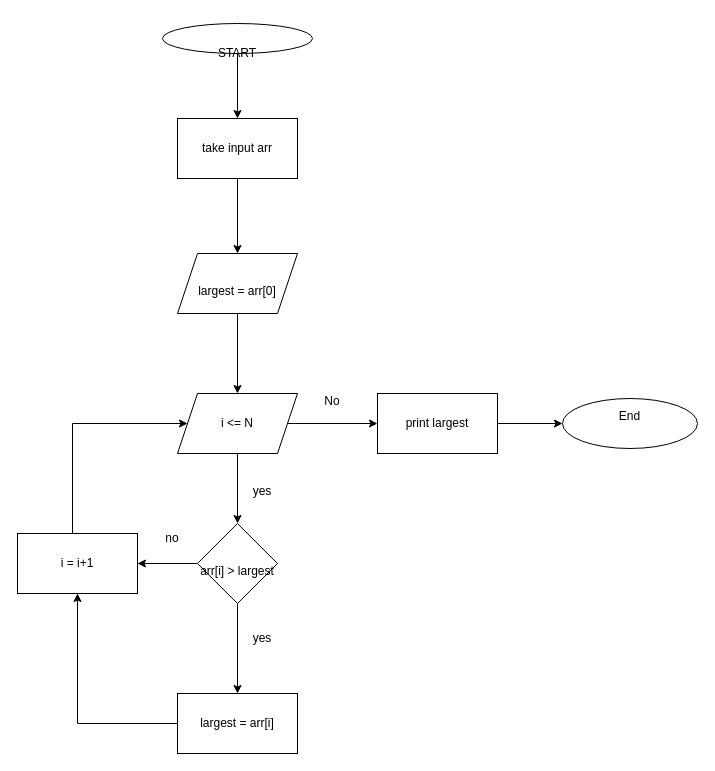
aniketsdev/DSA keeps this draw.io diagram as largest number.drawio. Above is the earlier version. Source tidied: cells renumbered, new cells numbered last; positions are measured from the earlier drawing's top-left corner, leaving out a move shared by most shapes. Both pictures are drawn from the tidied source at 100%, with x=0, y=0 at pixel (17, 23).
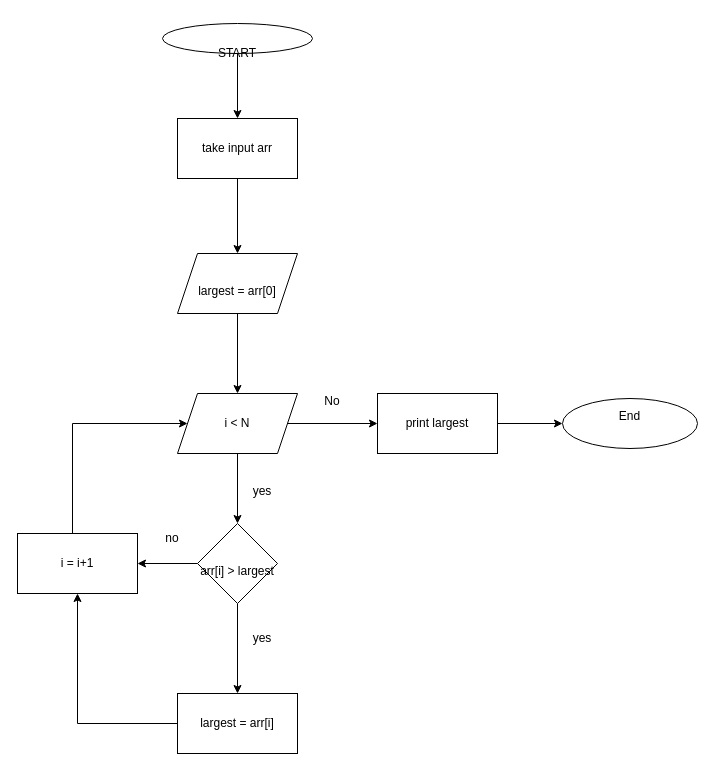
The same page after the edit.

Change to the diagram source:
```diff
@@
-    <mxCell id="10" value="i &amp;lt;= N" style="shape=parallelogram;perimeter=parallelogramPerimeter;whiteSpace=wrap;html=1;shapeInside=1;fixedSize=1;" parent="1" vertex="1">
+    <mxCell id="10" value="i &amp;lt;&lt;span style=&quot;text-decoration-line: inherit; background-color: transparent; color: light-dark(rgb(0, 0, 0), rgb(255, 255, 255));&quot;&gt;&amp;nbsp;N&lt;/span&gt;" style="shape=parallelogram;perimeter=parallelogramPerimeter;whiteSpace=wrap;html=1;shapeInside=1;fixedSize=1;" parent="1" vertex="1">
       <mxGeometry x="160" y="370" width="120" height="60" as="geometry" />
     </mxCell>
```
